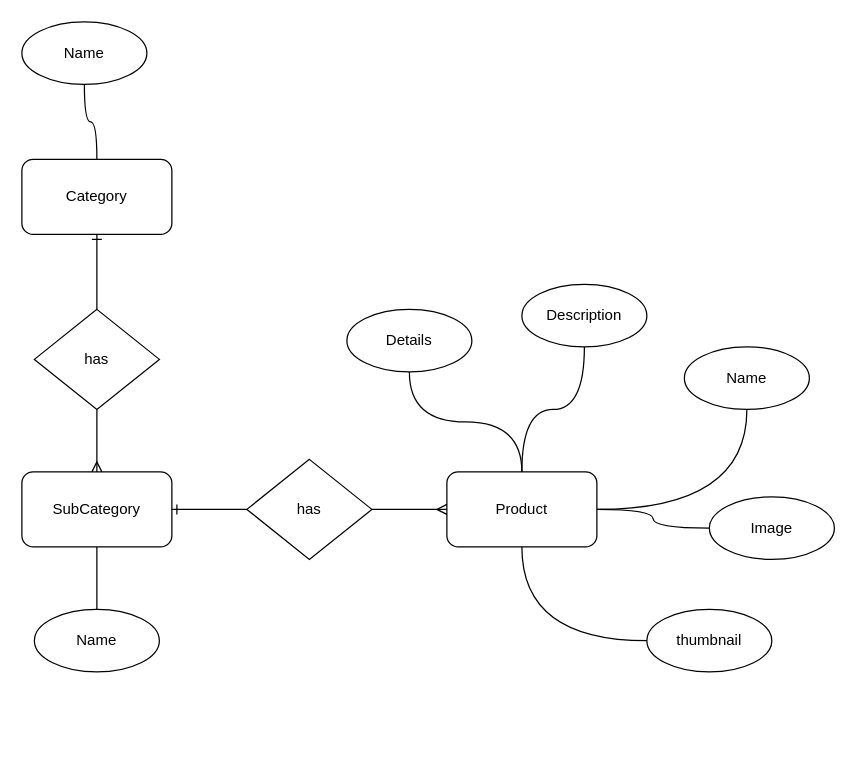
JeeJay23/diagrams keeps this draw.io diagram as diagrams/WEB.drawio. Above is the earlier version. Source tidied: cells renumbered, new cells numbered last; positions are measured from the earlier drawing's top-left corner, leaving out a move shared by most shapes. Both pictures are drawn from the tidied source at 125%, with x=0, y=0 at pixel (21, 21).
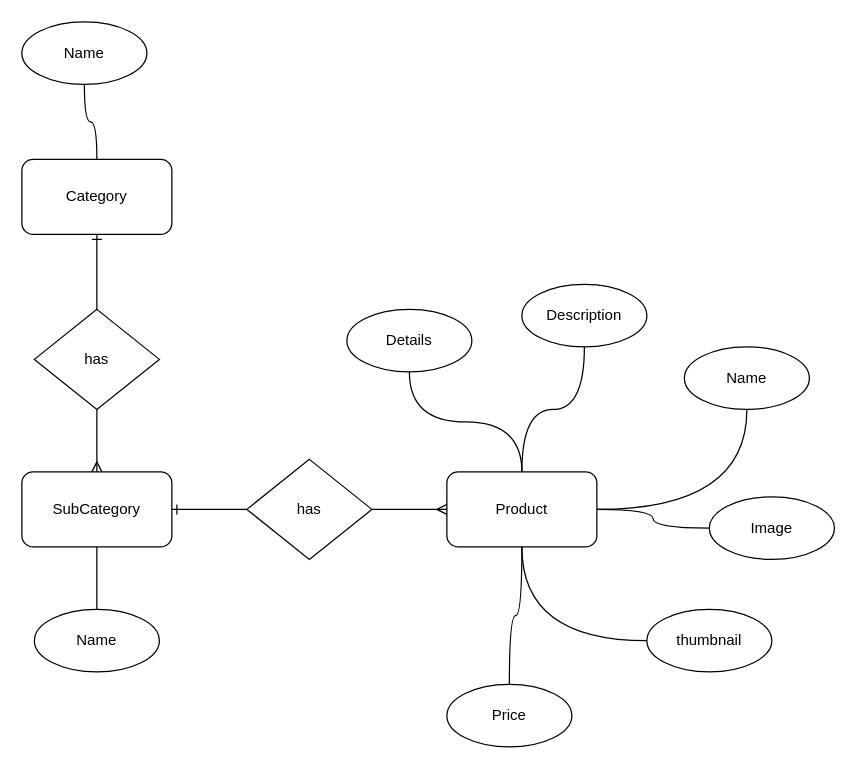
The same page after the edit.

The change refers to these unchanged cells:
```xml
<mxCell id="5" value="Product" style="rounded=1;whiteSpace=wrap;html=1;" parent="1" vertex="1">
  <mxGeometry x="340" y="360" width="120" height="60" as="geometry" />
</mxCell>
```

The edit, as a diff of the source:
```diff
@@
+    <mxCell id="25" style="edgeStyle=orthogonalEdgeStyle;curved=1;rounded=0;jettySize=auto;html=1;endArrow=none;endFill=0;" parent="1" edge="1" source="5" target="26">
+      <mxGeometry relative="1" as="geometry" />
+    </mxCell>
@@
+    <mxCell id="26" value="Price" style="ellipse;whiteSpace=wrap;html=1;" parent="1" vertex="1">
+      <mxGeometry x="340" y="530" width="100" height="50" as="geometry" />
+    </mxCell>
```
